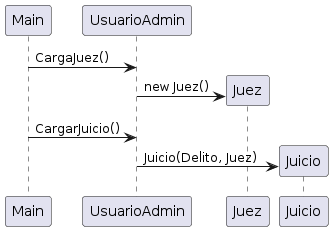
Before: Documentacion/DiagramaSecuenciaCargarJuicio.png, a diagram exported from PlantUML (IMettaINSPT/1ParcialP2).
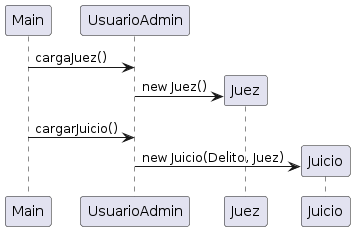
Above is the later version.

Diff of the diagram source:
```diff
@@ -4,8 +4,8 @@
 participant Juez
 participant Juicio
 
-Main->UsuarioAdmin:CargaJuez()
+Main->UsuarioAdmin:cargaJuez()
 UsuarioAdmin->Juez **: new Juez()
-Main->UsuarioAdmin: CargarJuicio()
-UsuarioAdmin-> Juicio **: Juicio(Delito, Juez)
+Main->UsuarioAdmin: cargarJuicio()
+UsuarioAdmin-> Juicio **: new Juicio(Delito, Juez)
 @enduml
```
